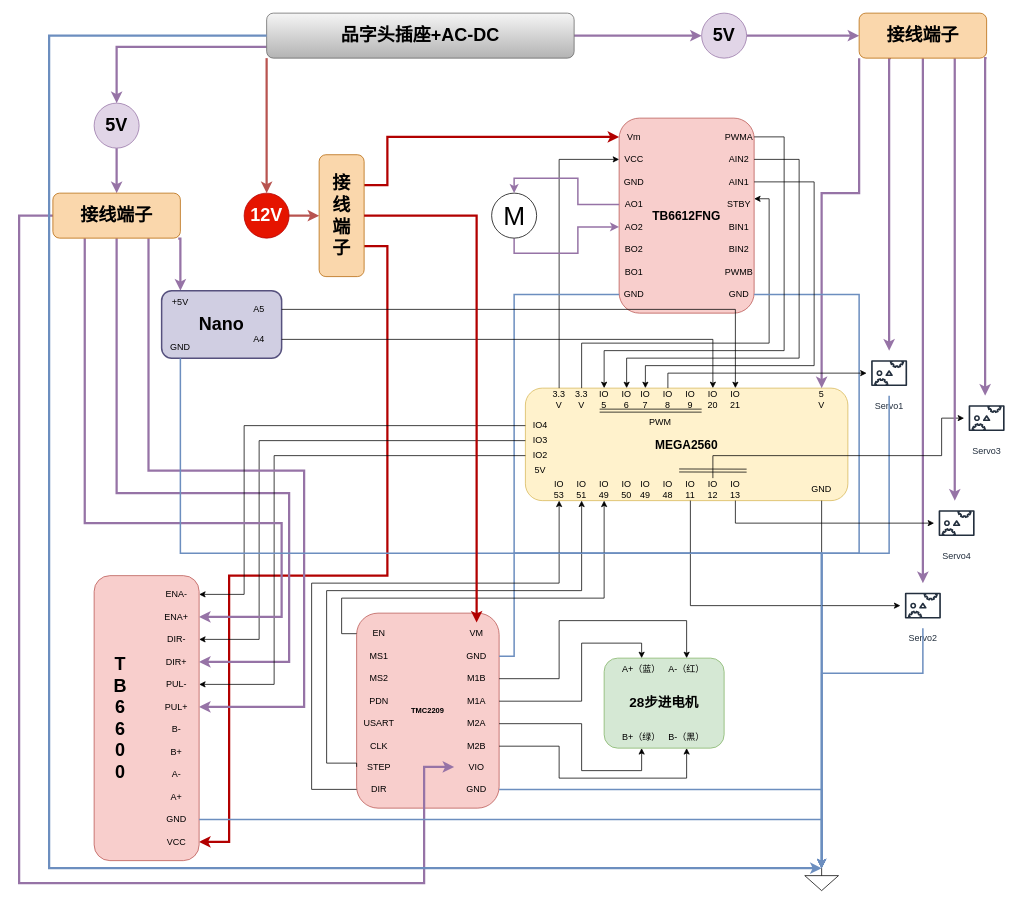
Above: 电路图出纸.drawio in xinlanzi/Induisal-design (draw.io), before the change. Source tidied: cells renumbered, new cells numbered last; positions are measured from the earlier drawing's top-left corner, leaving out a move shared by most shapes. Both pictures are drawn from the tidied source at 75%, with x=0, y=0 at pixel (19, 13).
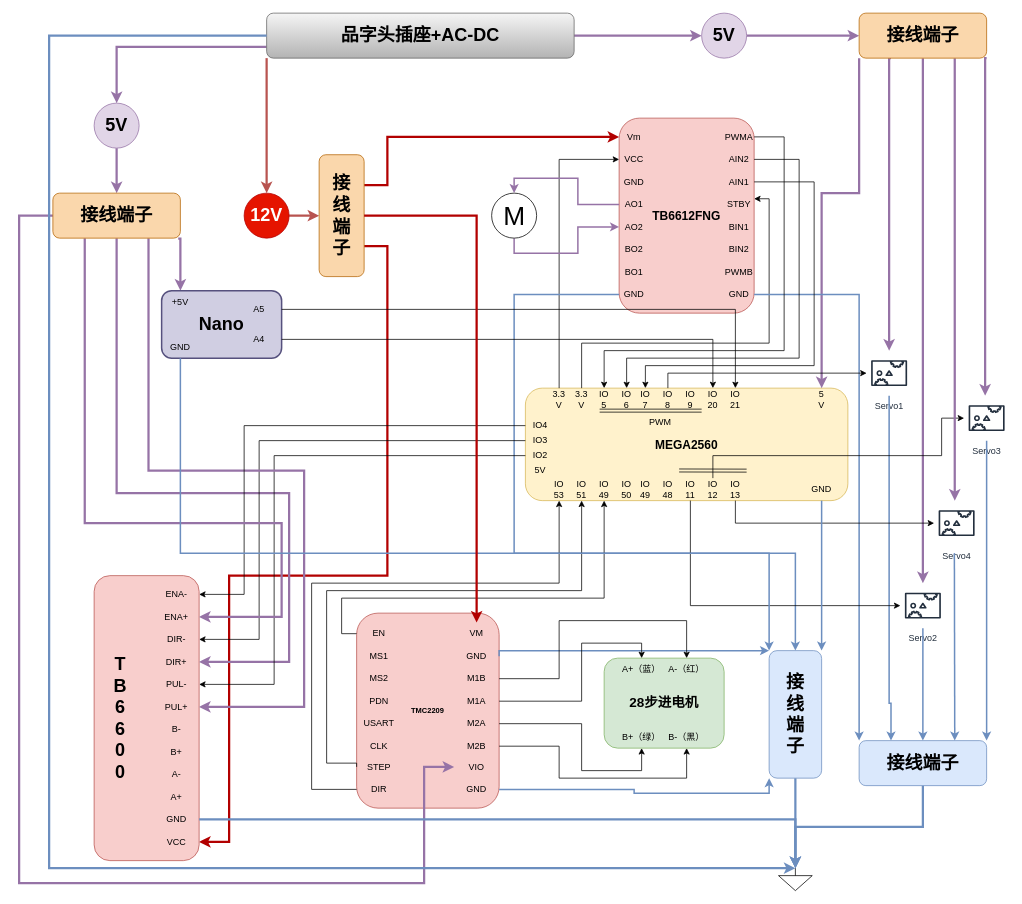
Above is the later version.

Commit message (it also covers changes not shown here):
更新电路图出纸.drawio

Unchanged cells that the change refers to:
```xml
<mxCell id="13" value="GND" style="text;html=1;whiteSpace=wrap;strokeColor=none;fillColor=none;align=center;verticalAlign=middle;rounded=0;" parent="4" vertex="1">
  <mxGeometry y="220" width="40" height="30" as="geometry" />
</mxCell>
<mxCell id="21" value="GND" style="text;html=1;whiteSpace=wrap;strokeColor=none;fillColor=none;align=center;verticalAlign=middle;rounded=0;" parent="4" vertex="1">
  <mxGeometry x="140" y="220" width="40" height="30" as="geometry" />
</mxCell>
<mxCell id="30" value="GND" style="text;html=1;whiteSpace=wrap;strokeColor=none;fillColor=none;align=center;verticalAlign=middle;rounded=0;" parent="22" vertex="1">
  <mxGeometry x="380" y="120" width="30" height="30" as="geometry" />
</mxCell>
<mxCell id="55" value="Servo1" style="sketch=0;outlineConnect=0;fontColor=#232F3E;gradientColor=none;strokeColor=#232F3E;fillColor=#ffffff;dashed=0;verticalLabelPosition=bottom;verticalAlign=top;align=center;html=1;fontSize=12;fontStyle=0;shape=mxgraph.aws4.resourceIcon;resIcon=mxgraph.aws4.servo;" parent="1" vertex="1">
  <mxGeometry x="1130" y="450" width="60" height="60" as="geometry" />
</mxCell>
<mxCell id="76" value="GND" style="text;html=1;whiteSpace=wrap;strokeColor=none;fillColor=none;align=center;verticalAlign=middle;rounded=0;" parent="65" vertex="1">
  <mxGeometry x="130" y="42.4" width="60" height="30" as="geometry" />
</mxCell>
<mxCell id="82" value="GND" style="text;html=1;whiteSpace=wrap;strokeColor=none;fillColor=none;align=center;verticalAlign=middle;rounded=0;" parent="65" vertex="1">
  <mxGeometry x="130" y="220" width="60" height="30" as="geometry" />
</mxCell>
<mxCell id="103" value="Servo2" style="sketch=0;outlineConnect=0;fontColor=#232F3E;gradientColor=none;strokeColor=#232F3E;fillColor=#ffffff;dashed=0;verticalLabelPosition=bottom;verticalAlign=top;align=center;html=1;fontSize=12;fontStyle=0;shape=mxgraph.aws4.resourceIcon;resIcon=mxgraph.aws4.servo;" parent="1" vertex="1">
  <mxGeometry x="1175" y="760" width="60" height="60" as="geometry" />
</mxCell>
<mxCell id="124" value="GND" style="text;html=1;whiteSpace=wrap;strokeColor=none;fillColor=none;align=center;verticalAlign=middle;rounded=0;" parent="111" vertex="1">
  <mxGeometry x="80" y="310" width="60" height="30" as="geometry" />
</mxCell>
<mxCell id="137" value="GND" style="text;html=1;whiteSpace=wrap;strokeColor=none;fillColor=none;align=center;verticalAlign=middle;rounded=0;" parent="133" vertex="1">
  <mxGeometry x="-10" y="80" width="50" height="30" as="geometry" />
</mxCell>
<mxCell id="147" value="Servo3" style="sketch=0;outlineConnect=0;fontColor=#232F3E;gradientColor=none;strokeColor=#232F3E;fillColor=#ffffff;dashed=0;verticalLabelPosition=bottom;verticalAlign=top;align=center;html=1;fontSize=12;fontStyle=0;shape=mxgraph.aws4.resourceIcon;resIcon=mxgraph.aws4.servo;" parent="1" vertex="1">
  <mxGeometry x="1260" y="510" width="60" height="60" as="geometry" />
</mxCell>
<mxCell id="154" value="&lt;font style=&quot;font-size: 24px;&quot;&gt;&lt;b&gt;品字头插座+AC-DC&lt;/b&gt;&lt;/font&gt;" style="rounded=1;whiteSpace=wrap;html=1;fillColor=#f5f5f5;gradientColor=#b3b3b3;strokeColor=#666666;" parent="1" vertex="1">
  <mxGeometry x="330" width="410" height="60" as="geometry" />
</mxCell>
```

What changed in the source:
```diff
@@
     <mxCell id="57" style="verticalLabelPosition=bottom;shadow=0;dashed=0;align=center;html=1;verticalAlign=top;shape=mxgraph.electrical.signal_sources.signal_ground;" parent="1" vertex="1">
-      <mxGeometry x="1047.5" y="1140" width="45" height="30" as="geometry" />
+      <mxGeometry x="1012.5" y="1140" width="45" height="30" as="geometry" />
     </mxCell>
-    <mxCell id="58" style="edgeStyle=orthogonalEdgeStyle;rounded=0;jettySize=auto;html=1;exitX=0.5;exitY=1;exitDx=0;exitDy=0;entryX=0.5;entryY=0;entryDx=0;entryDy=0;entryPerimeter=0;" parent="1" edge="1" source="30" target="57">
+    <mxCell id="58" style="edgeStyle=orthogonalEdgeStyle;rounded=0;jettySize=auto;html=1;exitX=0.5;exitY=1;exitDx=0;exitDy=0;entryX=0.5;entryY=0;entryDx=0;entryDy=0;entryPerimeter=0;fillColor=#dae8fc;strokeColor=#6c8ebf;strokeWidth=3;" parent="1" edge="1" source="164" target="57">
       <mxGeometry relative="1" as="geometry" />
     </mxCell>
@@
-    <mxCell id="60" style="edgeStyle=orthogonalEdgeStyle;rounded=0;jettySize=auto;html=1;exitX=1;exitY=0.5;exitDx=0;exitDy=0;entryX=0.5;entryY=0;entryDx=0;entryDy=0;entryPerimeter=0;fillColor=#dae8fc;strokeColor=#6c8ebf;strokeWidth=2;" parent="1" edge="1" source="21" target="57">
+    <mxCell id="60" style="edgeStyle=orthogonalEdgeStyle;rounded=0;jettySize=auto;html=1;exitX=1;exitY=0.5;exitDx=0;exitDy=0;entryX=0;entryY=0;entryDx=0;entryDy=0;fillColor=#dae8fc;strokeColor=#6c8ebf;strokeWidth=2;" parent="1" edge="1" source="21" target="159">
       <mxGeometry relative="1" as="geometry">
         <Array as="points">
           <mxPoint x="1120" y="375" />
-          <mxPoint x="1120" y="720" />
-          <mxPoint x="1070" y="720" />
         </Array>
       </mxGeometry>
     </mxCell>
@@
-    <mxCell id="64" style="edgeStyle=orthogonalEdgeStyle;rounded=0;jettySize=auto;html=1;exitX=0;exitY=0.5;exitDx=0;exitDy=0;entryX=0.5;entryY=0;entryDx=0;entryDy=0;entryPerimeter=0;strokeWidth=2;fillColor=#dae8fc;strokeColor=#6c8ebf;" parent="1" edge="1" source="13" target="57">
+    <mxCell id="64" style="edgeStyle=orthogonalEdgeStyle;rounded=0;jettySize=auto;html=1;exitX=0;exitY=0.5;exitDx=0;exitDy=0;entryX=0.5;entryY=0;entryDx=0;entryDy=0;strokeWidth=2;fillColor=#dae8fc;strokeColor=#6c8ebf;" parent="1" edge="1" source="13" target="164">
       <mxGeometry relative="1" as="geometry">
         <Array as="points">
           <mxPoint x="660" y="375" />
           <mxPoint x="660" y="720" />
-          <mxPoint x="1070" y="720" />
+          <mxPoint x="1035" y="720" />
         </Array>
       </mxGeometry>
     </mxCell>
@@
-    <mxCell id="89" style="edgeStyle=orthogonalEdgeStyle;rounded=0;jettySize=auto;html=1;exitX=1;exitY=0.5;exitDx=0;exitDy=0;entryX=0.5;entryY=0;entryDx=0;entryDy=0;entryPerimeter=0;strokeWidth=2;fillColor=#dae8fc;strokeColor=#6c8ebf;" parent="1" edge="1" source="82" target="57">
-      <mxGeometry relative="1" as="geometry">
-        <Array as="points">
-          <mxPoint x="1070" y="1035" />
-        </Array>
-      </mxGeometry>
-    </mxCell>
-    <mxCell id="90" style="edgeStyle=orthogonalEdgeStyle;rounded=0;jettySize=auto;html=1;exitX=1;exitY=0.5;exitDx=0;exitDy=0;entryX=0.5;entryY=0;entryDx=0;entryDy=0;entryPerimeter=0;fillColor=#dae8fc;strokeColor=#6c8ebf;strokeWidth=2;" parent="1" edge="1" source="76" target="57">
+    <mxCell id="90" style="edgeStyle=orthogonalEdgeStyle;rounded=0;jettySize=auto;html=1;exitX=1;exitY=0.5;exitDx=0;exitDy=0;entryX=0;entryY=0;entryDx=0;entryDy=0;fillColor=#dae8fc;strokeColor=#6c8ebf;strokeWidth=2;" parent="1" edge="1" source="76" target="164">
       <mxGeometry relative="1" as="geometry">
         <Array as="points">
-          <mxPoint x="660" y="857" />
-          <mxPoint x="660" y="720" />
-          <mxPoint x="1070" y="720" />
+          <mxPoint x="640" y="850" />
         </Array>
       </mxGeometry>
     </mxCell>
@@
-    <mxCell id="104" style="edgeStyle=orthogonalEdgeStyle;rounded=0;jettySize=auto;html=1;entryX=0.5;entryY=0;entryDx=0;entryDy=0;entryPerimeter=0;fillColor=#dae8fc;strokeColor=#6c8ebf;strokeWidth=2;" parent="1" edge="1" source="55" target="57">
+    <mxCell id="104" style="edgeStyle=orthogonalEdgeStyle;rounded=0;jettySize=auto;html=1;entryX=0.25;entryY=0;entryDx=0;entryDy=0;fillColor=#dae8fc;strokeColor=#6c8ebf;strokeWidth=2;" parent="1" edge="1" source="55" target="159">
       <mxGeometry relative="1" as="geometry">
         <Array as="points">
-          <mxPoint x="1160" y="720" />
-          <mxPoint x="1070" y="720" />
+          <mxPoint x="1160" y="920" />
+          <mxPoint x="1162" y="920" />
         </Array>
       </mxGeometry>
     </mxCell>
@@
-    <mxCell id="126" style="edgeStyle=orthogonalEdgeStyle;rounded=0;jettySize=auto;html=1;exitX=1;exitY=0.5;exitDx=0;exitDy=0;entryX=0.5;entryY=0;entryDx=0;entryDy=0;entryPerimeter=0;fillColor=#dae8fc;strokeColor=#6c8ebf;strokeWidth=2;" parent="1" edge="1" source="124" target="57">
+    <mxCell id="126" style="edgeStyle=orthogonalEdgeStyle;rounded=0;jettySize=auto;html=1;exitX=1;exitY=0.5;exitDx=0;exitDy=0;entryX=0.5;entryY=0;entryDx=0;entryDy=0;fillColor=#dae8fc;strokeColor=#6c8ebf;strokeWidth=3;entryPerimeter=0;" parent="1" edge="1" source="124" target="57">
       <mxGeometry relative="1" as="geometry" />
     </mxCell>
@@
-    <mxCell id="141" style="edgeStyle=orthogonalEdgeStyle;rounded=0;jettySize=auto;html=1;entryX=0.5;entryY=0;entryDx=0;entryDy=0;entryPerimeter=0;fillColor=#dae8fc;strokeColor=#6c8ebf;strokeWidth=2;exitX=0.5;exitY=1;exitDx=0;exitDy=0;" parent="1" edge="1" source="137" target="57">
+    <mxCell id="141" style="edgeStyle=orthogonalEdgeStyle;rounded=0;jettySize=auto;html=1;entryX=0;entryY=0;entryDx=0;entryDy=0;fillColor=#dae8fc;strokeColor=#6c8ebf;strokeWidth=2;exitX=0.5;exitY=1;exitDx=0;exitDy=0;" parent="1" edge="1" source="137" target="164">
       <mxGeometry relative="1" as="geometry">
         <Array as="points">
           <mxPoint x="215" y="720" />
-          <mxPoint x="1070" y="720" />
+          <mxPoint x="1000" y="720" />
         </Array>
       </mxGeometry>
     </mxCell>
-    <mxCell id="142" style="edgeStyle=orthogonalEdgeStyle;rounded=0;jettySize=auto;html=1;fillColor=#dae8fc;strokeColor=#6c8ebf;strokeWidth=2;" parent="1" edge="1" source="103">
+    <mxCell id="142" style="edgeStyle=orthogonalEdgeStyle;rounded=0;jettySize=auto;html=1;fillColor=#dae8fc;strokeColor=#6c8ebf;strokeWidth=2;entryX=0.5;entryY=0;entryDx=0;entryDy=0;" parent="1" edge="1" source="103" target="159">
       <mxGeometry relative="1" as="geometry">
-        <mxPoint x="1070" y="1140" as="targetPoint" />
         <Array as="points">
-          <mxPoint x="1070" y="880" />
+          <mxPoint x="1205" y="950" />
+          <mxPoint x="1205" y="950" />
         </Array>
       </mxGeometry>
     </mxCell>
@@
     <mxCell id="155" style="edgeStyle=orthogonalEdgeStyle;rounded=0;jettySize=auto;html=1;exitX=0;exitY=0.5;exitDx=0;exitDy=0;entryX=0.5;entryY=0;entryDx=0;entryDy=0;entryPerimeter=0;fillColor=#dae8fc;strokeColor=#6c8ebf;strokeWidth=3;" parent="1" edge="1" source="154" target="57">
       <mxGeometry relative="1" as="geometry">
         <Array as="points">
           <mxPoint x="40" y="30" />
           <mxPoint x="40" y="1140" />
-          <mxPoint x="1070" y="1140" />
         </Array>
       </mxGeometry>
     </mxCell>
@@
+    <mxCell id="159" value="&lt;font style=&quot;font-size: 24px;&quot;&gt;&lt;b&gt;接&lt;/b&gt;&lt;/font&gt;&lt;b style=&quot;font-size: 24px; background-color: transparent; color: light-dark(rgb(0, 0, 0), rgb(255, 255, 255));&quot;&gt;线&lt;/b&gt;&lt;b style=&quot;font-size: 24px; background-color: transparent; color: light-dark(rgb(0, 0, 0), rgb(255, 255, 255));&quot;&gt;端&lt;/b&gt;&lt;b style=&quot;font-size: 24px; background-color: transparent; color: light-dark(rgb(0, 0, 0), rgb(255, 255, 255));&quot;&gt;子&lt;/b&gt;" style="rounded=1;whiteSpace=wrap;html=1;fillColor=#dae8fc;strokeColor=#6c8ebf;" parent="1" vertex="1">
+      <mxGeometry x="1120" y="970" width="170" height="60" as="geometry" />
+    </mxCell>
+    <mxCell id="160" style="edgeStyle=orthogonalEdgeStyle;rounded=0;jettySize=auto;html=1;fillColor=#dae8fc;strokeColor=#6c8ebf;strokeWidth=2;entryX=0.75;entryY=0;entryDx=0;entryDy=0;" parent="1" edge="1" target="159">
+      <mxGeometry relative="1" as="geometry">
+        <mxPoint x="1247" y="720" as="sourcePoint" />
+      </mxGeometry>
+    </mxCell>
+    <mxCell id="161" style="edgeStyle=orthogonalEdgeStyle;rounded=0;jettySize=auto;html=1;fillColor=#dae8fc;strokeColor=#6c8ebf;strokeWidth=2;entryX=1;entryY=0;entryDx=0;entryDy=0;" parent="1" edge="1" source="147" target="159">
+      <mxGeometry relative="1" as="geometry">
+        <Array as="points">
+          <mxPoint x="1290" y="750" />
+          <mxPoint x="1290" y="750" />
+        </Array>
+      </mxGeometry>
+    </mxCell>
+    <mxCell id="162" style="edgeStyle=orthogonalEdgeStyle;rounded=0;jettySize=auto;html=1;exitX=0.5;exitY=1;exitDx=0;exitDy=0;entryX=0.5;entryY=0;entryDx=0;entryDy=0;entryPerimeter=0;fillColor=#dae8fc;strokeColor=#6c8ebf;strokeWidth=3;" parent="1" edge="1" source="159" target="57">
+      <mxGeometry relative="1" as="geometry" />
+    </mxCell>
+    <mxCell id="163" style="edgeStyle=orthogonalEdgeStyle;rounded=0;jettySize=auto;html=1;exitX=0.5;exitY=1;exitDx=0;exitDy=0;entryX=1;entryY=0;entryDx=0;entryDy=0;fillColor=#dae8fc;strokeColor=#6c8ebf;strokeWidth=2;" parent="1" edge="1" source="30" target="164">
+      <mxGeometry relative="1" as="geometry" />
+    </mxCell>
+    <mxCell id="164" value="&lt;font style=&quot;font-size: 24px;&quot;&gt;&lt;b&gt;接&lt;/b&gt;&lt;/font&gt;&lt;div&gt;&lt;b style=&quot;font-size: 24px; background-color: transparent; color: light-dark(rgb(0, 0, 0), rgb(255, 255, 255));&quot;&gt;线&lt;/b&gt;&lt;/div&gt;&lt;div&gt;&lt;b style=&quot;font-size: 24px; background-color: transparent; color: light-dark(rgb(0, 0, 0), rgb(255, 255, 255));&quot;&gt;端&lt;/b&gt;&lt;/div&gt;&lt;div&gt;&lt;b style=&quot;font-size: 24px; background-color: transparent; color: light-dark(rgb(0, 0, 0), rgb(255, 255, 255));&quot;&gt;子&lt;/b&gt;&lt;/div&gt;" style="rounded=1;whiteSpace=wrap;html=1;fillColor=#dae8fc;strokeColor=#6c8ebf;" parent="1" vertex="1">
+      <mxGeometry x="1000" y="850" width="70" height="170" as="geometry" />
+    </mxCell>
+    <mxCell id="165" style="edgeStyle=orthogonalEdgeStyle;rounded=0;jettySize=auto;html=1;exitX=1;exitY=0.5;exitDx=0;exitDy=0;entryX=0;entryY=1;entryDx=0;entryDy=0;fillColor=#dae8fc;strokeColor=#6c8ebf;strokeWidth=2;" parent="1" edge="1" source="82" target="164">
+      <mxGeometry relative="1" as="geometry" />
+    </mxCell>
```
